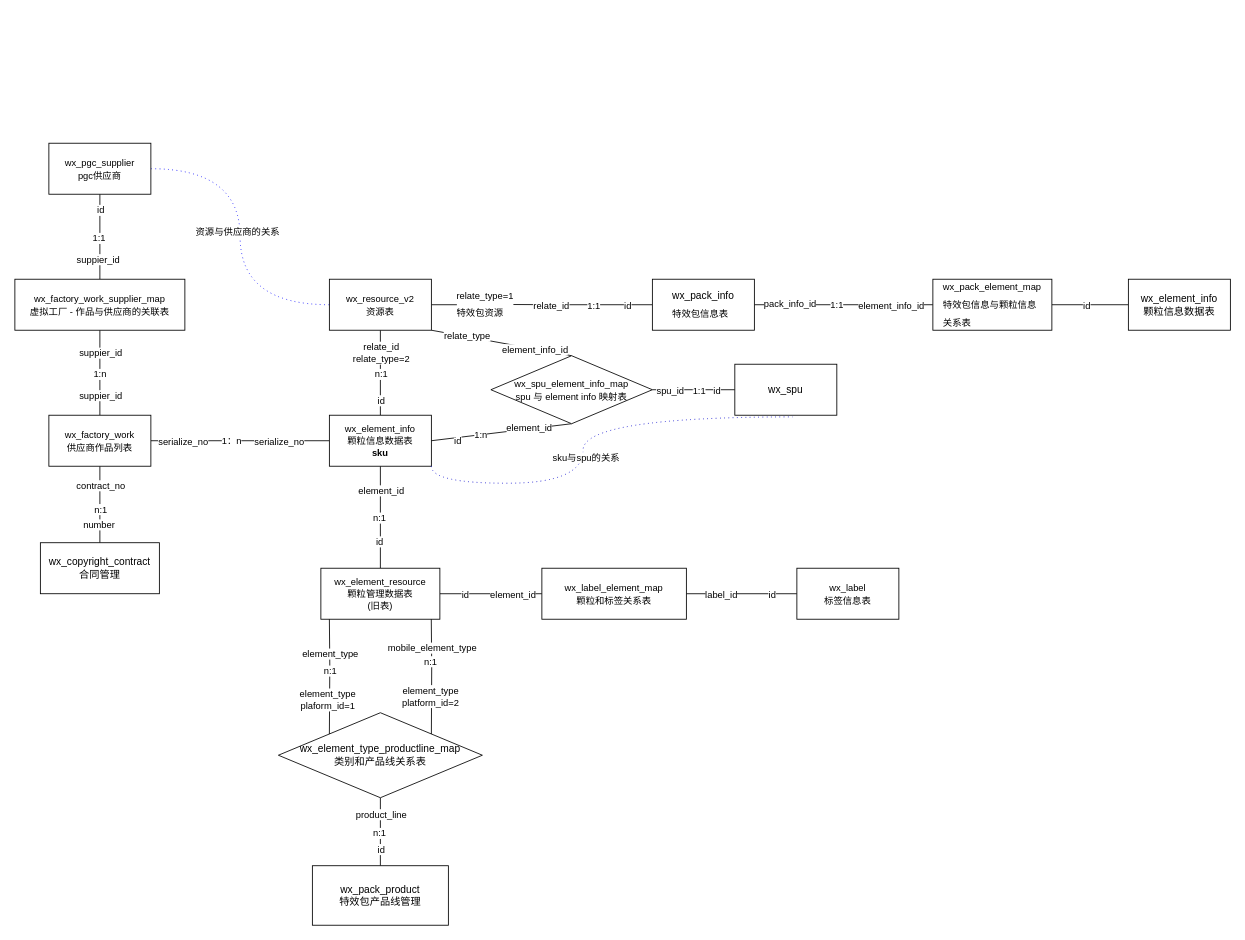
Earlier version of the draw.io diagram 未命名绘图.drawio (nateshao/blog-image). Source tidied: cells renumbered, new cells numbered last; positions are measured from the earlier drawing's top-left corner, leaving out a move shared by most shapes. Both pictures are drawn from the tidied source at 85%, with x=0, y=0 at pixel (14, 143).
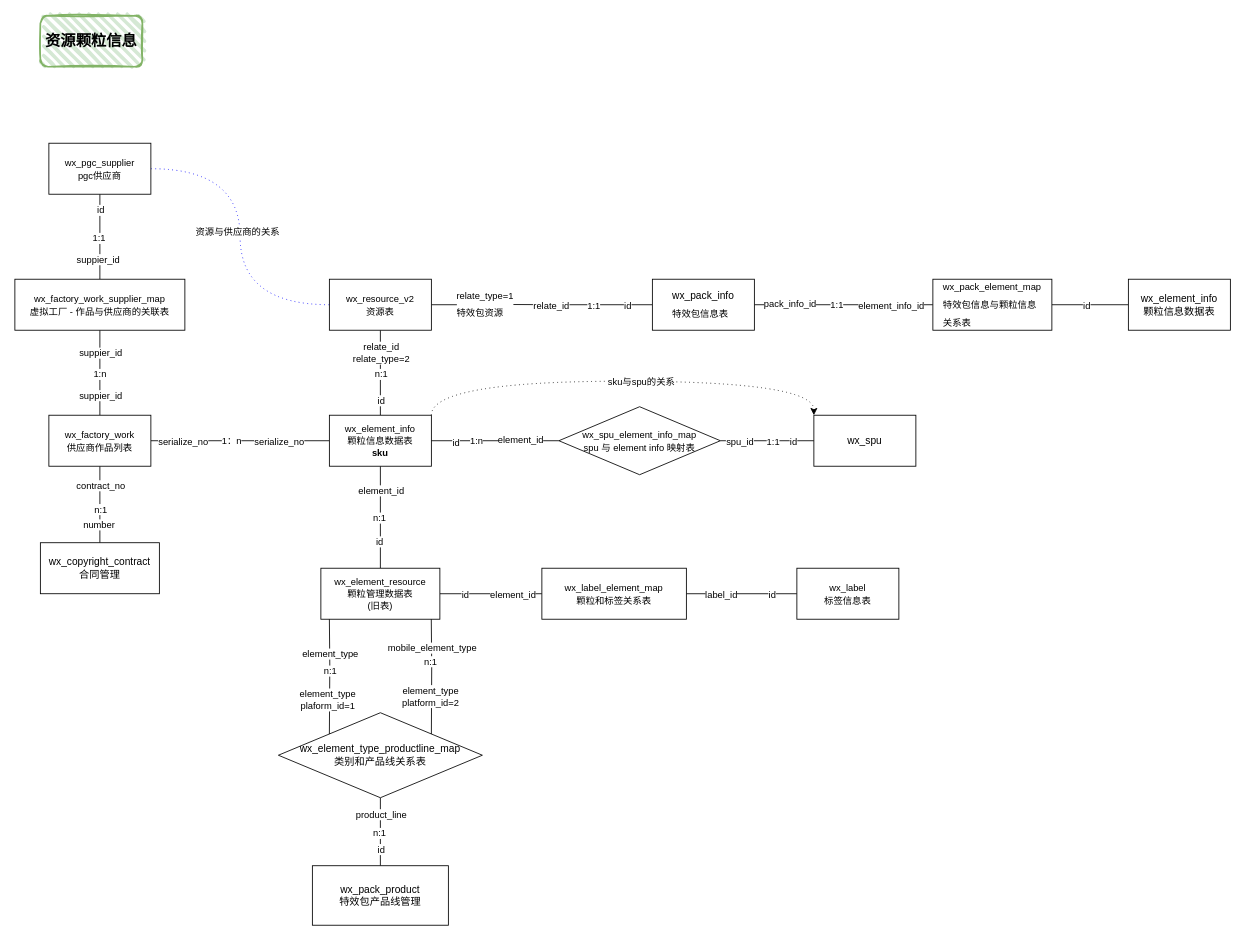
After the change.

Commit message:
更新未命名绘图.drawio

The change refers to these unchanged cells:
```xml
<mxCell id="17" value="&lt;font style=&quot;font-size: 11px;&quot;&gt;wx_resource_v2&lt;br&gt;资源表&lt;/font&gt;" style="rounded=0;whiteSpace=wrap;html=1;" parent="1" vertex="1">
  <mxGeometry x="370" y="160" width="120" height="60" as="geometry" />
</mxCell>
<mxCell id="29" value="&lt;font style=&quot;font-size: 11px;&quot;&gt;wx_element_info&lt;br&gt;颗粒信息数据表&lt;br&gt;&lt;b style=&quot;border-color: var(--border-color);&quot;&gt;sku&lt;/b&gt;&lt;br&gt;&lt;/font&gt;" style="rounded=0;whiteSpace=wrap;html=1;" parent="1" vertex="1">
  <mxGeometry x="370" y="320" width="120" height="60" as="geometry" />
</mxCell>
```

Diff of the diagram source:
```diff
@@
-    <mxCell id="12" style="rounded=0;jettySize=auto;html=1;exitX=1;exitY=1;exitDx=0;exitDy=0;entryX=0.5;entryY=0;entryDx=0;entryDy=0;endArrow=none;endFill=0;" parent="1" edge="1" source="17" target="75">
-      <mxGeometry relative="1" as="geometry" />
-    </mxCell>
-    <mxCell id="13" value="relate_type" style="edgeLabel;html=1;align=center;verticalAlign=middle;" parent="12" vertex="1">
-      <mxGeometry x="-0.64" y="-1" relative="1" as="geometry">
-        <mxPoint x="12" as="offset" />
-      </mxGeometry>
-    </mxCell>
-    <mxCell id="14" value="element_info_id" style="edgeLabel;html=1;align=center;verticalAlign=middle;" parent="12" vertex="1">
-      <mxGeometry x="0.47" relative="1" as="geometry" />
-    </mxCell>
@@
+    <mxCell id="77" style="edgeStyle=orthogonalEdgeStyle;rounded=0;jettySize=auto;html=1;exitX=1;exitY=0;exitDx=0;exitDy=0;entryX=0;entryY=0;entryDx=0;entryDy=0;curved=1;dashed=1;dashPattern=1 4;" parent="1" edge="1" source="29" target="76">
+      <mxGeometry relative="1" as="geometry">
+        <Array as="points">
+          <mxPoint x="490" y="280" />
+          <mxPoint x="940" y="280" />
+        </Array>
+      </mxGeometry>
+    </mxCell>
+    <mxCell id="78" value="sku与spu的关系" style="edgeLabel;html=1;align=center;verticalAlign=middle;" parent="77" vertex="1">
+      <mxGeometry x="-0.06" y="-2" relative="1" as="geometry">
+        <mxPoint x="37" y="-2" as="offset" />
+      </mxGeometry>
+    </mxCell>
@@
-    <mxCell id="71" style="rounded=0;jettySize=auto;html=1;entryX=1;entryY=0.5;entryDx=0;entryDy=0;exitX=0.5;exitY=1;exitDx=0;exitDy=0;endArrow=none;endFill=0;" parent="1" edge="1" source="75" target="29">
+    <mxCell id="71" style="rounded=0;jettySize=auto;html=1;entryX=1;entryY=0.5;entryDx=0;entryDy=0;exitX=0;exitY=0.5;exitDx=0;exitDy=0;endArrow=none;endFill=0;" parent="1" edge="1" source="75" target="29">
       <mxGeometry relative="1" as="geometry" />
     </mxCell>
@@
     <mxCell id="75" value="&lt;font style=&quot;font-size: 11px;&quot;&gt;wx_spu_element_info_map&lt;br&gt;spu 与 element info 映射表&lt;br&gt;&lt;/font&gt;" style="rhombus;whiteSpace=wrap;html=1;" parent="1" vertex="1">
-      <mxGeometry x="560" y="250" width="190" height="80" as="geometry" />
+      <mxGeometry x="640" y="310" width="190" height="80" as="geometry" />
     </mxCell>
     <mxCell id="76" value="wx_spu" style="rounded=0;whiteSpace=wrap;html=1;" parent="1" vertex="1">
-      <mxGeometry x="847" y="260" width="120" height="60" as="geometry" />
+      <mxGeometry x="940" y="320" width="120" height="60" as="geometry" />
     </mxCell>
-    <mxCell id="77" style="jettySize=auto;html=1;exitX=1;exitY=1;exitDx=0;exitDy=0;entryX=0.567;entryY=1.033;entryDx=0;entryDy=0;entryPerimeter=0;edgeStyle=orthogonalEdgeStyle;endArrow=none;endFill=0;curved=1;dashed=1;dashPattern=1 4;strokeColor=#0000CC;" parent="1" edge="1" source="29" target="76">
-      <mxGeometry relative="1" as="geometry" />
-    </mxCell>
-    <mxCell id="78" value="sku与spu的关系" style="edgeLabel;html=1;align=center;verticalAlign=middle;" parent="77" vertex="1">
-      <mxGeometry x="-0.06" y="-2" relative="1" as="geometry">
-        <mxPoint x="1" y="17" as="offset" />
-      </mxGeometry>
-    </mxCell>
@@
+    <mxCell id="87" value="&lt;font style=&quot;font-size: 18px;&quot;&gt;&lt;b&gt;资源颗粒信息&lt;/b&gt;&lt;/font&gt;" style="rounded=1;whiteSpace=wrap;html=1;strokeWidth=2;fillWeight=4;hachureGap=8;hachureAngle=45;fillColor=#d5e8d4;sketch=1;strokeColor=#82b366;" parent="1" vertex="1">
+      <mxGeometry x="30" y="-150" width="120" height="60" as="geometry" />
+    </mxCell>
```
